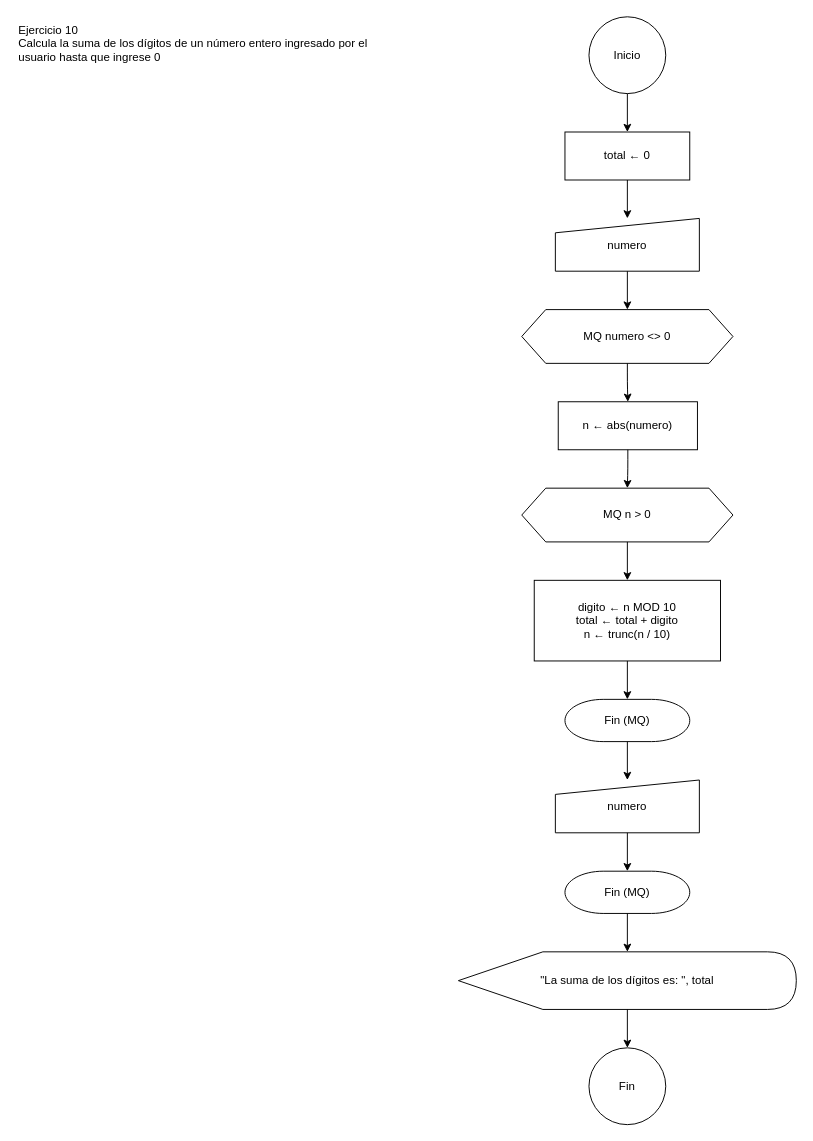
The draw.io diagram DATOS Y ALGORITMOS/Practica/2_Repeticion_Para_Mientras/Ejercicio_10/diagrama.drawio in gonzalogiolitti/facultad-tcd, before the edit. Source tidied: cells renumbered, new cells numbered last; positions are measured from the earlier drawing's top-left corner, leaving out a move shared by most shapes. Both pictures are drawn from the tidied source at 96%, with x=0, y=0 at pixel (16, 16).
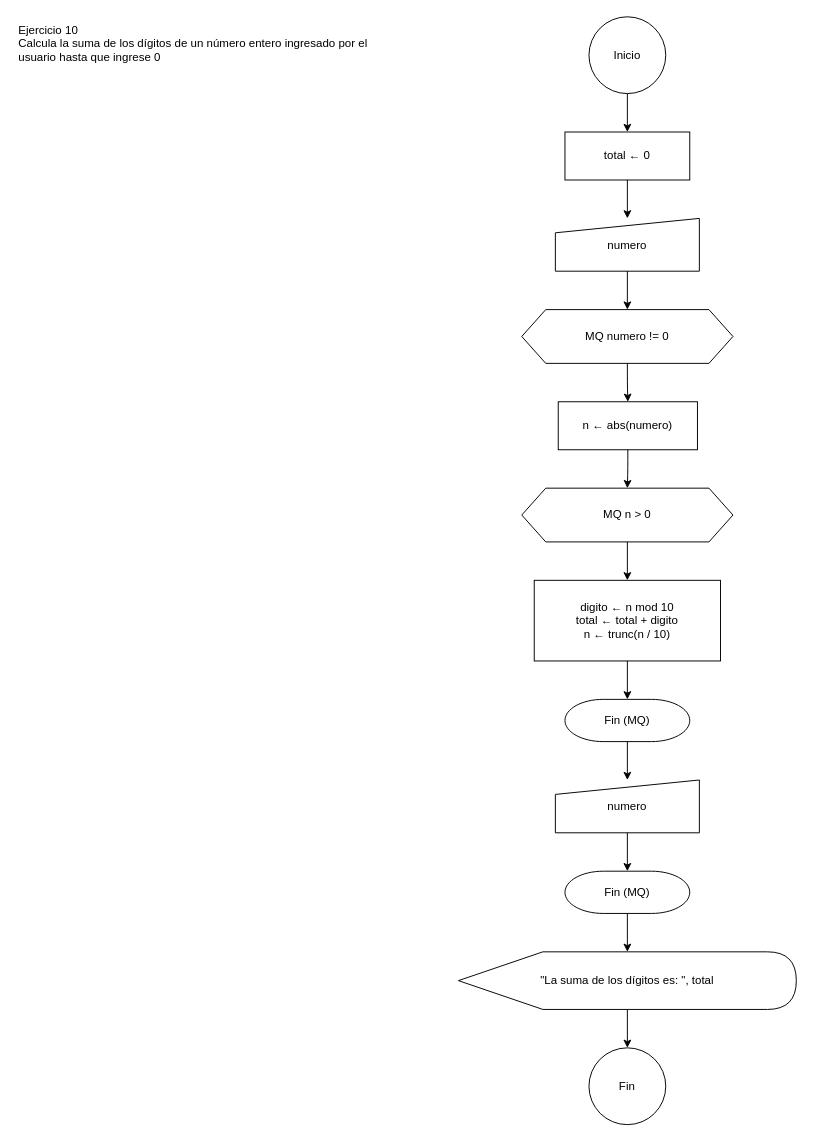
The same diagram, later.

Change to the diagram source:
```diff
@@
-    <mxCell id="6" value="MQ  numero &lt;&gt; 0" style="shape=hexagon;perimeter=hexagonPerimeter2;whiteSpace=wrap;html=1;fixedSize=1;size=25;" parent="1" vertex="1">
+    <mxCell id="6" value="MQ  numero != 0" style="shape=hexagon;perimeter=hexagonPerimeter2;whiteSpace=wrap;html=1;fixedSize=1;size=25;" parent="1" vertex="1">
       <mxGeometry x="526" y="305" width="220" height="56" as="geometry" />
     </mxCell>
@@
-    <mxCell id="9" value="digito ← n MOD 10&lt;br&gt;total ← total + digito&lt;br&gt;n ← trunc(n / 10)" style="rounded=0;whiteSpace=wrap;html=1;" parent="1" vertex="1">
+    <mxCell id="9" value="digito ← n mod 10&lt;br&gt;total ← total + digito&lt;br&gt;n ← trunc(n / 10)" style="rounded=0;whiteSpace=wrap;html=1;" parent="1" vertex="1">
       <mxGeometry x="539" y="587" width="194" height="84" as="geometry" />
     </mxCell>
```
